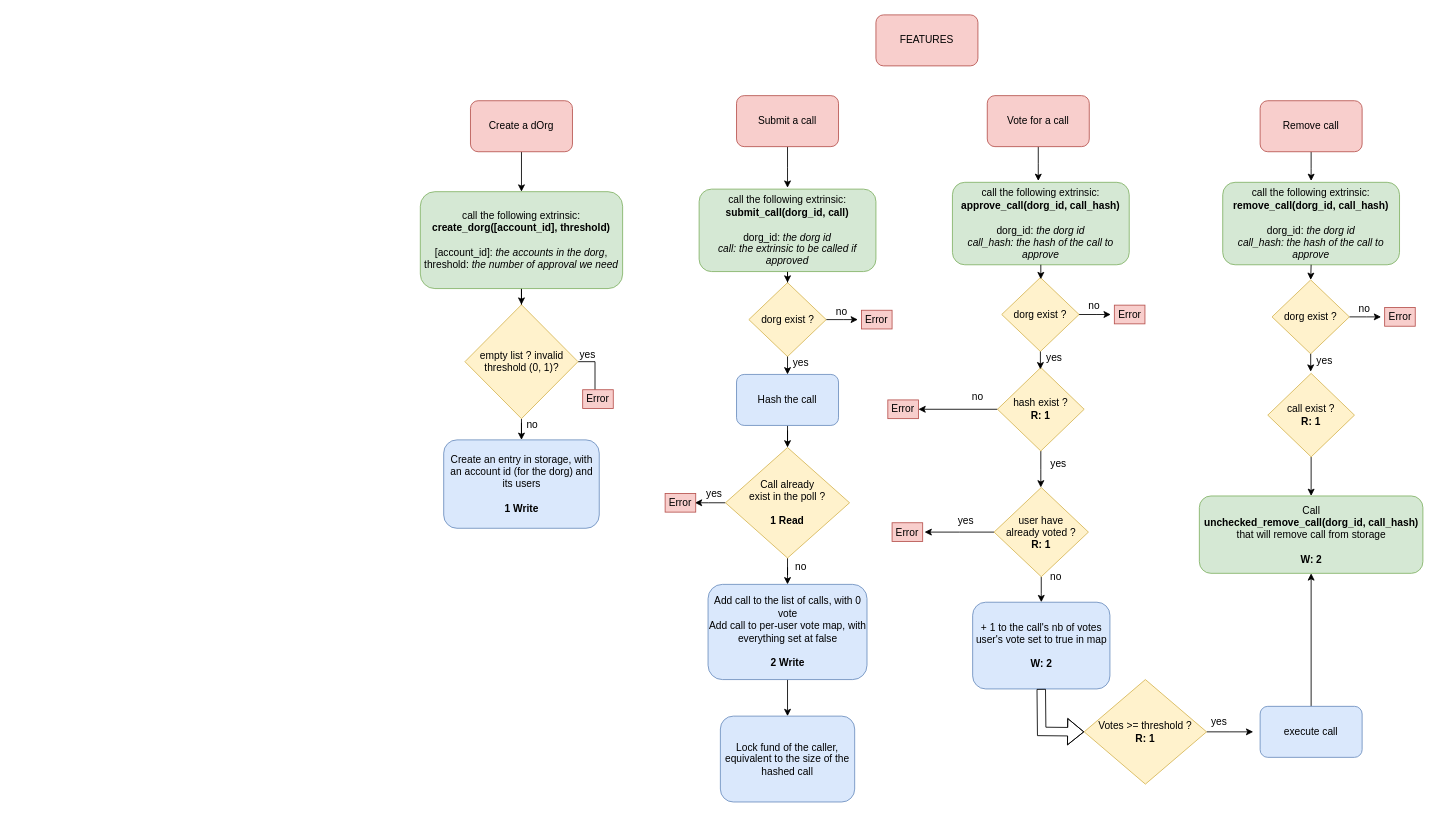
The draw.io diagram pallet_dorg.drawio in kabocha-network/pallet_supersig, before the edit. Source tidied: cells renumbered, new cells numbered last; positions are measured from the earlier drawing's top-left corner, leaving out a move shared by most shapes. Both pictures are drawn from the tidied source at 85%, with x=0, y=0 at pixel (420, 14).
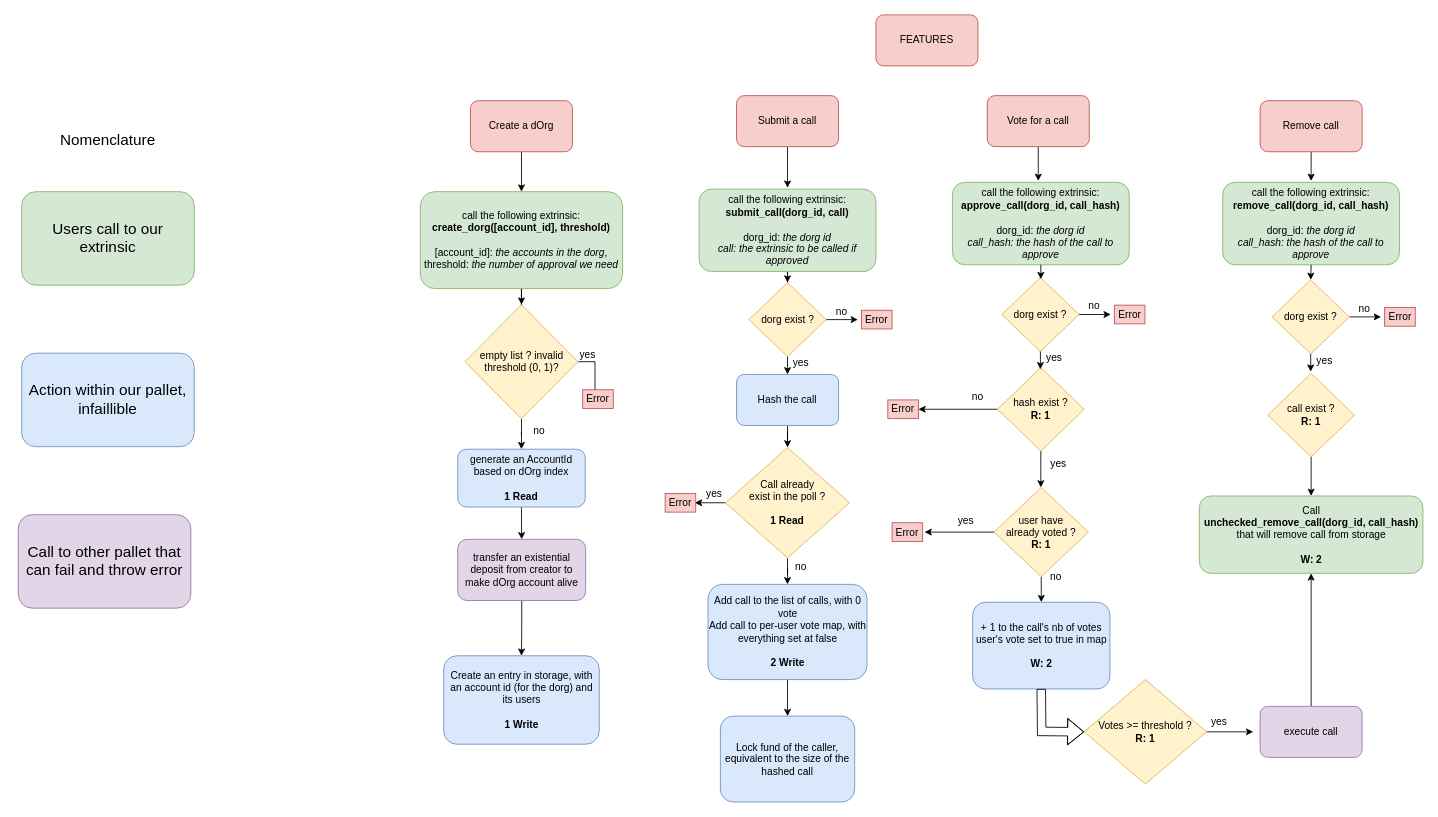
The same page after the edit.

Commit message:
added nomenclature and more details on create_dorg

Unchanged cells that the change refers to:
```xml
<mxCell id="16" value="&lt;div&gt;empty list ? invalid threshold (0, 1)?&lt;br&gt;&lt;/div&gt;" style="rhombus;whiteSpace=wrap;html=1;fontSize=12;fillColor=#fff2cc;strokeColor=#d6b656;" parent="1" vertex="1">
  <mxGeometry x="52.5" y="341" width="133" height="134" as="geometry" />
</mxCell>
```

Change to the diagram source:
```diff
@@
     <mxCell id="13" value="&lt;div&gt;Create an entry in storage, with an account id (for the dorg) and its users&lt;/div&gt;&lt;div&gt;&lt;br&gt;&lt;/div&gt;&lt;b&gt;1 Write&lt;/b&gt;" style="rounded=1;whiteSpace=wrap;html=1;fontSize=12;fillColor=#dae8fc;strokeColor=#6c8ebf;" parent="1" vertex="1">
-      <mxGeometry x="27.5" y="500" width="183" height="104" as="geometry" />
+      <mxGeometry x="27.5" y="754" width="183" height="104" as="geometry" />
     </mxCell>
-    <mxCell id="14" style="edgeStyle=orthogonalEdgeStyle;rounded=0;jettySize=auto;html=1;entryX=0.5;entryY=0;entryDx=0;entryDy=0;fontSize=12;" parent="1" edge="1" source="16" target="13">
-      <mxGeometry relative="1" as="geometry" />
-    </mxCell>
@@
+    <mxCell id="77" style="edgeStyle=orthogonalEdgeStyle;rounded=0;jettySize=auto;html=1;entryX=0.5;entryY=0;entryDx=0;entryDy=0;" parent="1" edge="1" source="16" target="79">
+      <mxGeometry relative="1" as="geometry" />
+    </mxCell>
@@
     <mxCell id="18" value="no" style="text;html=1;strokeColor=none;fillColor=none;align=center;verticalAlign=middle;whiteSpace=wrap;rounded=0;fontSize=12;" parent="1" vertex="1">
-      <mxGeometry x="102" y="467" width="60" height="30" as="geometry" />
+      <mxGeometry x="110" y="475" width="60" height="30" as="geometry" />
     </mxCell>
@@
-    <mxCell id="52" value="execute call" style="rounded=1;whiteSpace=wrap;html=1;fontSize=12;fillColor=#dae8fc;strokeColor=#6c8ebf;" parent="1" vertex="1">
+    <mxCell id="52" value="execute call" style="rounded=1;whiteSpace=wrap;html=1;fontSize=12;fillColor=#e1d5e7;strokeColor=#9673a6;" parent="1" vertex="1">
       <mxGeometry x="988" y="813.5" width="120" height="60" as="geometry" />
     </mxCell>
@@
+    <mxCell id="78" style="edgeStyle=orthogonalEdgeStyle;rounded=0;jettySize=auto;html=1;entryX=0.5;entryY=0;entryDx=0;entryDy=0;" parent="1" edge="1" source="79" target="81">
+      <mxGeometry relative="1" as="geometry" />
+    </mxCell>
+    <mxCell id="79" value="&lt;div&gt;generate an AccountId based on dOrg index&lt;/div&gt;&lt;div&gt;&lt;b&gt;&lt;br&gt;1 Read&lt;/b&gt;&lt;br&gt;&lt;/div&gt;" style="rounded=1;whiteSpace=wrap;html=1;fillColor=#dae8fc;strokeColor=#6c8ebf;" parent="1" vertex="1">
+      <mxGeometry x="44" y="511" width="150" height="68" as="geometry" />
+    </mxCell>
+    <mxCell id="80" style="edgeStyle=orthogonalEdgeStyle;rounded=0;jettySize=auto;html=1;" parent="1" edge="1" source="81" target="13">
+      <mxGeometry relative="1" as="geometry" />
+    </mxCell>
+    <mxCell id="81" value="transfer an existential deposit from creator to make dOrg account alive " style="rounded=1;whiteSpace=wrap;html=1;fillColor=#e1d5e7;strokeColor=#9673a6;" parent="1" vertex="1">
+      <mxGeometry x="44" y="617" width="150.5" height="72" as="geometry" />
+    </mxCell>
+    <mxCell id="82" value="&lt;div&gt;&lt;font style=&quot;font-size: 18px;&quot;&gt;Users call to our&lt;/font&gt;&lt;/div&gt;&lt;div&gt;&lt;font style=&quot;font-size: 18px;&quot;&gt;extrinsic&lt;/font&gt;&lt;/div&gt;" style="rounded=1;whiteSpace=wrap;html=1;fillColor=#d5e8d4;strokeColor=#82b366;" parent="1" vertex="1">
+      <mxGeometry x="-469" y="208" width="203" height="110" as="geometry" />
+    </mxCell>
+    <mxCell id="83" value="&lt;div&gt;&lt;font style=&quot;font-size: 18px;&quot;&gt;Action within our pallet,&lt;/font&gt;&lt;/div&gt;&lt;div&gt;&lt;font style=&quot;font-size: 18px;&quot;&gt;infaillible&lt;br&gt;&lt;/font&gt;&lt;/div&gt;" style="rounded=1;whiteSpace=wrap;html=1;fillColor=#dae8fc;strokeColor=#6c8ebf;" parent="1" vertex="1">
+      <mxGeometry x="-469" y="398" width="203" height="110" as="geometry" />
+    </mxCell>
+    <mxCell id="84" value="&lt;font style=&quot;font-size: 18px;&quot;&gt;Call to other pallet that can fail and throw error&lt;br&gt;&lt;/font&gt;" style="rounded=1;whiteSpace=wrap;html=1;fillColor=#e1d5e7;strokeColor=#9673a6;" parent="1" vertex="1">
+      <mxGeometry x="-473" y="588" width="203" height="110" as="geometry" />
+    </mxCell>
+    <mxCell id="85" value="Nomenclature" style="text;html=1;strokeColor=none;fillColor=none;align=center;verticalAlign=middle;whiteSpace=wrap;rounded=0;fontSize=18;" parent="1" vertex="1">
+      <mxGeometry x="-477" y="106" width="219" height="83" as="geometry" />
+    </mxCell>
```
